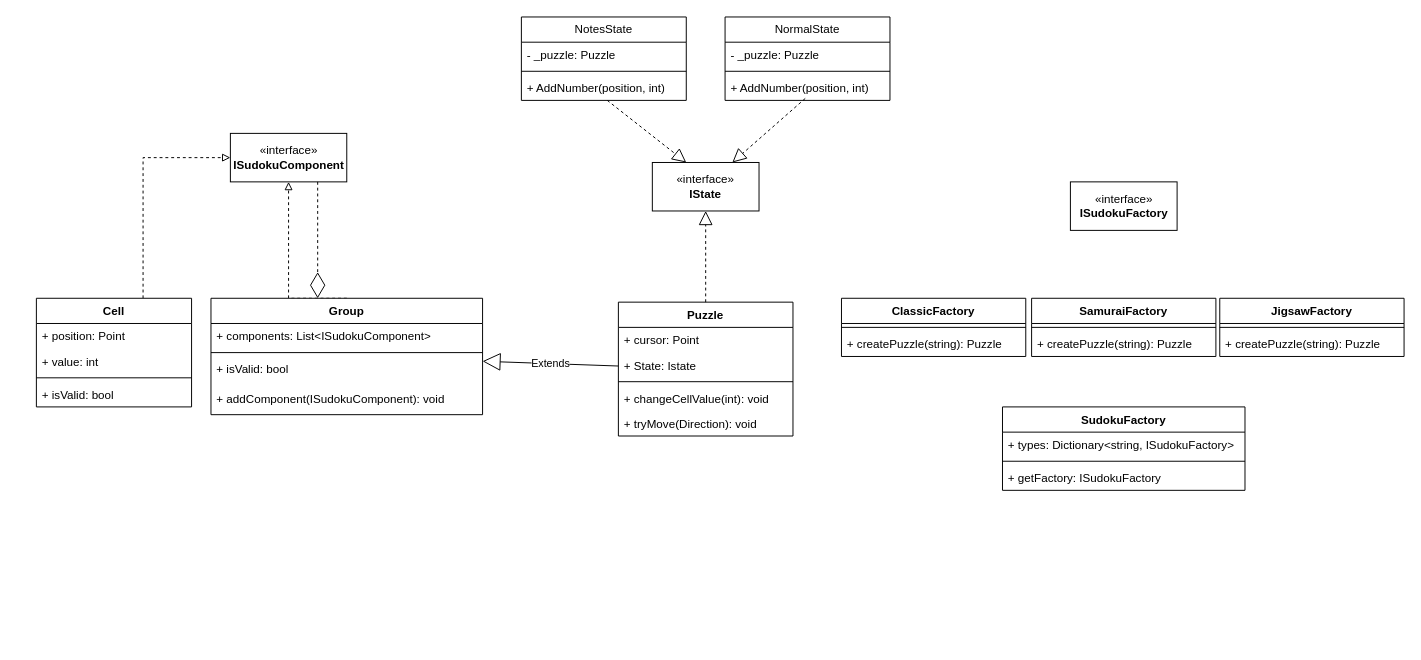
Earlier version of the draw.io diagram Class diagram.drawio (Rutgerw1/designpatterns1). Source tidied: cells renumbered, new cells numbered last; positions are measured from the earlier drawing's top-left corner, leaving out a move shared by most shapes. Both pictures are drawn from the tidied source at 97%, with x=0, y=0 at pixel (36, 16).
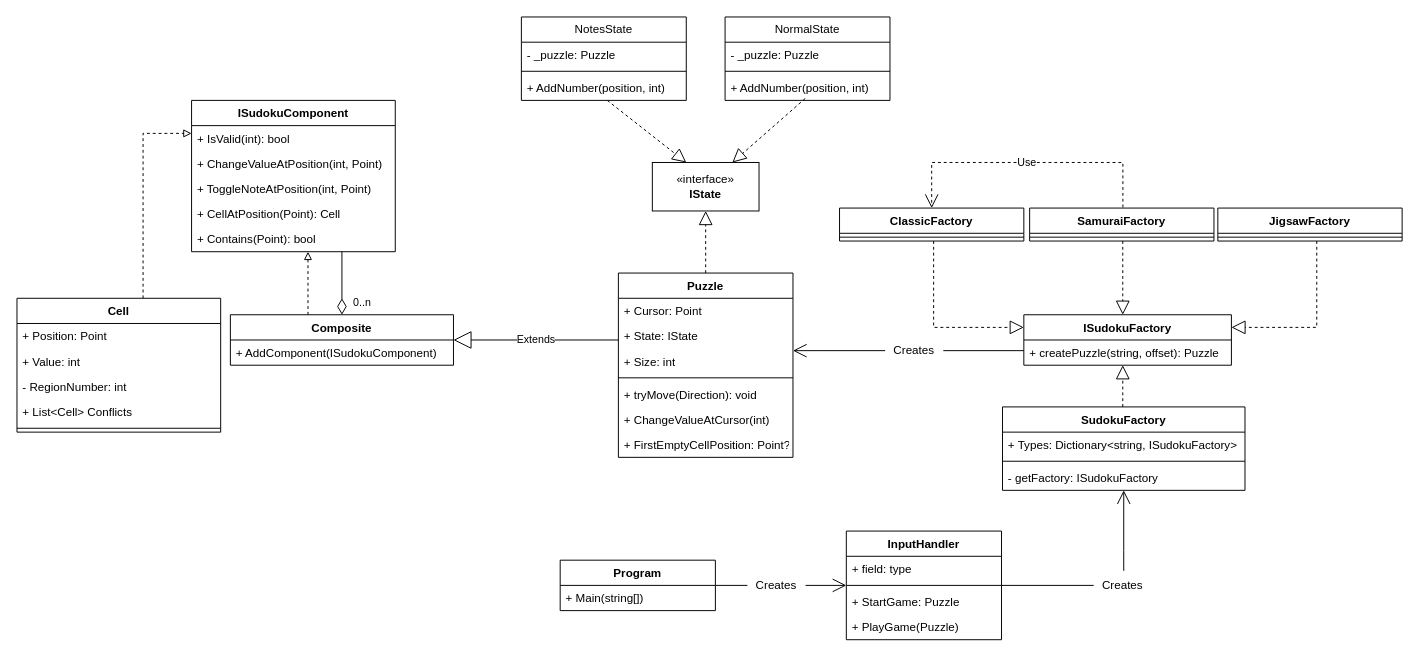
Above is the later version.

Unchanged cells that the change refers to:
```xml
<mxCell id="33" value="SudokuFactory" style="swimlane;fontStyle=1;align=center;verticalAlign=top;horizontal=1;startSize=26;" parent="1" vertex="1">
  <mxGeometry x="996" y="402" width="250" height="86" as="geometry" />
</mxCell>
```

Change to the diagram source:
```diff
@@
-    <mxCell id="2" value="«interface»&lt;br&gt;&lt;div&gt;&lt;b&gt;ISudokuComponent&lt;/b&gt;&lt;/div&gt;" style="html=1;" parent="1" vertex="1">
-      <mxGeometry x="200" y="120" width="120" height="50" as="geometry" />
-    </mxCell>
-    <mxCell id="3" style="edgeStyle=orthogonalEdgeStyle;rounded=0;jettySize=auto;html=1;endArrow=block;endFill=0;dashed=1;" parent="1" edge="1" source="4" target="2">
+    <mxCell id="3" style="edgeStyle=orthogonalEdgeStyle;rounded=0;jettySize=auto;html=1;endArrow=block;endFill=0;dashed=1;" parent="1" edge="1" source="4" target="54">
       <mxGeometry relative="1" as="geometry">
         <Array as="points">
-          <mxPoint x="110" y="145" />
+          <mxPoint x="110" y="120" />
         </Array>
       </mxGeometry>
     </mxCell>
     <mxCell id="4" value="Cell" style="swimlane;fontStyle=1;align=center;verticalAlign=top;horizontal=1;startSize=26;" parent="1" vertex="1">
-      <mxGeometry y="290" width="160" height="112" as="geometry" />
+      <mxGeometry x="-20" y="290" width="210" height="138" as="geometry" />
     </mxCell>
-    <mxCell id="5" value="+ position: Point" style="text;strokeColor=none;fillColor=none;align=left;verticalAlign=top;spacingLeft=4;spacingRight=4;overflow=hidden;" parent="4" vertex="1">
-      <mxGeometry y="26" width="160" height="26" as="geometry" />
+    <mxCell id="5" value="+ Position: Point" style="text;strokeColor=none;fillColor=none;align=left;verticalAlign=top;spacingLeft=4;spacingRight=4;overflow=hidden;" parent="4" vertex="1">
+      <mxGeometry y="26" width="210" height="26" as="geometry" />
     </mxCell>
-    <mxCell id="6" value="+ value: int" style="text;strokeColor=none;fillColor=none;align=left;verticalAlign=top;spacingLeft=4;spacingRight=4;overflow=hidden;" parent="4" vertex="1">
-      <mxGeometry y="52" width="160" height="26" as="geometry" />
+    <mxCell id="6" value="+ Value: int" style="text;strokeColor=none;fillColor=none;align=left;verticalAlign=top;spacingLeft=4;spacingRight=4;overflow=hidden;" parent="4" vertex="1">
+      <mxGeometry y="52" width="210" height="26" as="geometry" />
     </mxCell>
+    <mxCell id="49" value="- RegionNumber: int" style="text;strokeColor=none;fillColor=none;align=left;verticalAlign=top;spacingLeft=4;spacingRight=4;overflow=hidden;" parent="4" vertex="1">
+      <mxGeometry y="78" width="210" height="26" as="geometry" />
+    </mxCell>
+    <mxCell id="50" value="+ List&lt;Cell&gt; Conflicts" style="text;strokeColor=none;fillColor=none;align=left;verticalAlign=top;spacingLeft=4;spacingRight=4;overflow=hidden;" parent="4" vertex="1">
+      <mxGeometry y="104" width="210" height="26" as="geometry" />
+    </mxCell>
     <mxCell id="7" style="line;strokeWidth=1;fillColor=none;align=left;verticalAlign=middle;spacingTop=-1;spacingLeft=3;spacingRight=3;labelPosition=right;strokeColor=inherit;" parent="4" vertex="1">
-      <mxGeometry y="78" width="160" height="8" as="geometry" />
+      <mxGeometry y="130" width="210" height="8" as="geometry" />
     </mxCell>
-    <mxCell id="8" value="+ isValid: bool" style="text;strokeColor=none;fillColor=none;align=left;verticalAlign=top;spacingLeft=4;spacingRight=4;overflow=hidden;" parent="4" vertex="1">
-      <mxGeometry y="86" width="160" height="26" as="geometry" />
-    </mxCell>
-    <mxCell id="9" style="edgeStyle=orthogonalEdgeStyle;rounded=0;jettySize=auto;html=1;exitX=0.5;exitY=0;exitDx=0;exitDy=0;dashed=1;endArrow=block;endFill=0;" parent="1" edge="1" source="10" target="2">
+    <mxCell id="9" style="edgeStyle=orthogonalEdgeStyle;rounded=0;jettySize=auto;html=1;dashed=1;endArrow=block;endFill=0;" parent="1" edge="1" source="10" target="54">
       <mxGeometry relative="1" as="geometry">
         <Array as="points">
-          <mxPoint x="260" y="290" />
+          <mxPoint x="280" y="260" />
+          <mxPoint x="280" y="260" />
         </Array>
       </mxGeometry>
     </mxCell>
-    <mxCell id="10" value="Group" style="swimlane;fontStyle=1;align=center;verticalAlign=top;horizontal=1;startSize=26;" parent="1" vertex="1">
-      <mxGeometry x="180" y="290" width="280" height="120" as="geometry" />
+    <mxCell id="10" value="Composite" style="swimlane;fontStyle=1;align=center;verticalAlign=top;horizontal=1;startSize=26;" parent="1" vertex="1">
+      <mxGeometry x="200" y="307" width="230" height="52" as="geometry" />
     </mxCell>
-    <mxCell id="11" value="+ components: List&lt;ISudokuComponent&gt;" style="text;strokeColor=none;fillColor=none;align=left;verticalAlign=top;spacingLeft=4;spacingRight=4;overflow=hidden;" parent="10" vertex="1">
-      <mxGeometry y="26" width="280" height="26" as="geometry" />
-    </mxCell>
-    <mxCell id="12" style="line;strokeWidth=1;fillColor=none;align=left;verticalAlign=middle;spacingTop=-1;spacingLeft=3;spacingRight=3;labelPosition=right;strokeColor=inherit;" parent="10" vertex="1">
-      <mxGeometry y="52" width="280" height="8" as="geometry" />
-    </mxCell>
-    <mxCell id="13" value="+ isValid: bool" style="text;strokeColor=none;fillColor=none;align=left;verticalAlign=top;spacingLeft=4;spacingRight=4;overflow=hidden;" parent="10" vertex="1">
-      <mxGeometry y="60" width="280" height="30" as="geometry" />
-    </mxCell>
-    <mxCell id="14" value="+ addComponent(ISudokuComponent): void" style="text;strokeColor=none;fillColor=none;align=left;verticalAlign=top;spacingLeft=4;spacingRight=4;overflow=hidden;" parent="10" vertex="1">
-      <mxGeometry y="90" width="280" height="30" as="geometry" />
-    </mxCell>
-    <mxCell id="15" style="endArrow=diamondThin;endFill=0;endSize=24;html=1;rounded=0;dashed=1;exitX=0.75;exitY=1;exitDx=0;exitDy=0;" parent="1" edge="1" source="2">
-      <mxGeometry relative="1" as="geometry">
-        <mxPoint x="290" y="290" as="targetPoint" />
-      </mxGeometry>
-    </mxCell>
+    <mxCell id="51" value="+ AddComponent(ISudokuComponent)" style="text;strokeColor=none;fillColor=none;align=left;verticalAlign=top;spacingLeft=4;spacingRight=4;overflow=hidden;" parent="10" vertex="1">
+      <mxGeometry y="26" width="230" height="26" as="geometry" />
+    </mxCell>
     <mxCell id="16" value="Puzzle" style="swimlane;fontStyle=1;align=center;verticalAlign=top;horizontal=1;startSize=26;" parent="1" vertex="1">
-      <mxGeometry x="600" y="294" width="180" height="138" as="geometry" />
+      <mxGeometry x="600" y="264" width="180" height="190" as="geometry" />
     </mxCell>
-    <mxCell id="17" value="+ cursor: Point" style="text;strokeColor=none;fillColor=none;align=left;verticalAlign=top;spacingLeft=4;spacingRight=4;overflow=hidden;" parent="16" vertex="1">
+    <mxCell id="17" value="+ Cursor: Point" style="text;strokeColor=none;fillColor=none;align=left;verticalAlign=top;spacingLeft=4;spacingRight=4;overflow=hidden;" parent="16" vertex="1">
       <mxGeometry y="26" width="180" height="26" as="geometry" />
     </mxCell>
-    <mxCell id="18" value="+ State: Istate" style="text;strokeColor=none;fillColor=none;align=left;verticalAlign=top;spacingLeft=4;spacingRight=4;overflow=hidden;" parent="16" vertex="1">
+    <mxCell id="18" value="+ State: IState" style="text;strokeColor=none;fillColor=none;align=left;verticalAlign=top;spacingLeft=4;spacingRight=4;overflow=hidden;" parent="16" vertex="1">
       <mxGeometry y="52" width="180" height="26" as="geometry" />
     </mxCell>
+    <mxCell id="52" value="+ Size: int" style="text;strokeColor=none;fillColor=none;align=left;verticalAlign=top;spacingLeft=4;spacingRight=4;overflow=hidden;" parent="16" vertex="1">
+      <mxGeometry y="78" width="180" height="26" as="geometry" />
+    </mxCell>
     <mxCell id="19" style="line;strokeWidth=1;fillColor=none;align=left;verticalAlign=middle;spacingTop=-1;spacingLeft=3;spacingRight=3;labelPosition=right;strokeColor=inherit;" parent="16" vertex="1">
-      <mxGeometry y="78" width="180" height="8" as="geometry" />
+      <mxGeometry y="104" width="180" height="8" as="geometry" />
     </mxCell>
+    <mxCell id="21" value="+ tryMove(Direction): void" style="text;strokeColor=none;fillColor=none;align=left;verticalAlign=top;spacingLeft=4;spacingRight=4;overflow=hidden;" parent="16" vertex="1">
+      <mxGeometry y="112" width="180" height="26" as="geometry" />
+    </mxCell>
-    <mxCell id="20" value="+ changeCellValue(int): void" style="text;strokeColor=none;fillColor=none;align=left;verticalAlign=top;spacingLeft=4;spacingRight=4;overflow=hidden;" parent="16" vertex="1">
-      <mxGeometry y="86" width="180" height="26" as="geometry" />
+    <mxCell id="20" value="+ ChangeValueAtCursor(int)" style="text;strokeColor=none;fillColor=none;align=left;verticalAlign=top;spacingLeft=4;spacingRight=4;overflow=hidden;" parent="16" vertex="1">
+      <mxGeometry y="138" width="180" height="26" as="geometry" />
     </mxCell>
-    <mxCell id="21" value="+ tryMove(Direction): void" style="text;strokeColor=none;fillColor=none;align=left;verticalAlign=top;spacingLeft=4;spacingRight=4;overflow=hidden;" parent="16" vertex="1">
-      <mxGeometry y="112" width="180" height="26" as="geometry" />
-    </mxCell>
+    <mxCell id="53" value="+ FirstEmptyCellPosition: Point?" style="text;strokeColor=none;fillColor=none;align=left;verticalAlign=top;spacingLeft=4;spacingRight=4;overflow=hidden;" parent="16" vertex="1">
+      <mxGeometry y="164" width="180" height="26" as="geometry" />
+    </mxCell>
-    <mxCell id="22" value="Extends" style="endArrow=block;endSize=16;endFill=0;html=1;rounded=0;" parent="1" edge="1" source="16" target="10">
-      <mxGeometry relative="1" as="geometry" />
+    <mxCell id="22" value="Extends" style="endArrow=block;endSize=16;endFill=0;html=1;rounded=0;edgeStyle=orthogonalEdgeStyle;" parent="1" edge="1" source="16" target="10">
+      <mxGeometry relative="1" as="geometry">
+        <Array as="points">
+          <mxPoint x="530" y="333" />
+          <mxPoint x="530" y="333" />
+        </Array>
+      </mxGeometry>
     </mxCell>
-    <mxCell id="23" value="&lt;div&gt;«interface»&lt;/div&gt;&lt;div&gt;&lt;b&gt;ISudokuFactory&lt;/b&gt;&lt;/div&gt;" style="html=1;" parent="1" vertex="1">
-      <mxGeometry x="1066" y="170" width="110" height="50" as="geometry" />
-    </mxCell>
     <mxCell id="24" value="ClassicFactory" style="swimlane;fontStyle=1;align=center;verticalAlign=top;horizontal=1;startSize=26;" parent="1" vertex="1">
-      <mxGeometry x="830" y="290" width="190" height="60" as="geometry" />
+      <mxGeometry x="828" y="197" width="190" height="34" as="geometry" />
     </mxCell>
@@
-    <mxCell id="26" value="+ createPuzzle(string): Puzzle" style="text;strokeColor=none;fillColor=none;align=left;verticalAlign=top;spacingLeft=4;spacingRight=4;overflow=hidden;" parent="24" vertex="1">
-      <mxGeometry y="34" width="190" height="26" as="geometry" />
-    </mxCell>
     <mxCell id="27" value="SamuraiFactory" style="swimlane;fontStyle=1;align=center;verticalAlign=top;horizontal=1;startSize=26;" parent="1" vertex="1">
-      <mxGeometry x="1026" y="290" width="190" height="60" as="geometry" />
+      <mxGeometry x="1024" y="197" width="190" height="34" as="geometry" />
     </mxCell>
@@
-    <mxCell id="29" value="+ createPuzzle(string): Puzzle" style="text;strokeColor=none;fillColor=none;align=left;verticalAlign=top;spacingLeft=4;spacingRight=4;overflow=hidden;" parent="27" vertex="1">
-      <mxGeometry y="34" width="190" height="26" as="geometry" />
-    </mxCell>
     <mxCell id="30" value="JigsawFactory" style="swimlane;fontStyle=1;align=center;verticalAlign=top;horizontal=1;startSize=26;" parent="1" vertex="1">
-      <mxGeometry x="1220" y="290" width="190" height="60" as="geometry" />
+      <mxGeometry x="1218" y="197" width="190" height="34" as="geometry" />
     </mxCell>
@@
-    <mxCell id="32" value="+ createPuzzle(string): Puzzle" style="text;strokeColor=none;fillColor=none;align=left;verticalAlign=top;spacingLeft=4;spacingRight=4;overflow=hidden;" parent="30" vertex="1">
-      <mxGeometry y="34" width="190" height="26" as="geometry" />
-    </mxCell>
@@
-    <mxCell id="34" value="+ types: Dictionary&lt;string, ISudokuFactory&gt;" style="text;strokeColor=none;fillColor=none;align=left;verticalAlign=top;spacingLeft=4;spacingRight=4;overflow=hidden;" parent="33" vertex="1">
+    <mxCell id="34" value="+ Types: Dictionary&lt;string, ISudokuFactory&gt;" style="text;strokeColor=none;fillColor=none;align=left;verticalAlign=top;spacingLeft=4;spacingRight=4;overflow=hidden;" parent="33" vertex="1">
       <mxGeometry y="26" width="250" height="26" as="geometry" />
     </mxCell>
@@
-    <mxCell id="36" value="+ getFactory: ISudokuFactory" style="text;strokeColor=none;fillColor=none;align=left;verticalAlign=top;spacingLeft=4;spacingRight=4;overflow=hidden;" parent="33" vertex="1">
+    <mxCell id="36" value="- getFactory: ISudokuFactory" style="text;strokeColor=none;fillColor=none;align=left;verticalAlign=top;spacingLeft=4;spacingRight=4;overflow=hidden;" parent="33" vertex="1">
       <mxGeometry y="60" width="250" height="26" as="geometry" />
     </mxCell>
@@
+    <mxCell id="54" value="ISudokuComponent" style="swimlane;fontStyle=1;align=center;verticalAlign=top;horizontal=1;startSize=26;strokeColor=default;" parent="1" vertex="1">
+      <mxGeometry x="160" y="86" width="210" height="156" as="geometry" />
+    </mxCell>
+    <mxCell id="55" value="+ IsValid(int): bool" style="text;strokeColor=none;fillColor=none;align=left;verticalAlign=top;spacingLeft=4;spacingRight=4;overflow=hidden;" parent="54" vertex="1">
+      <mxGeometry y="26" width="210" height="26" as="geometry" />
+    </mxCell>
+    <mxCell id="56" value="+ ChangeValueAtPosition(int, Point)" style="text;strokeColor=none;fillColor=none;align=left;verticalAlign=top;spacingLeft=4;spacingRight=4;overflow=hidden;" parent="54" vertex="1">
+      <mxGeometry y="52" width="210" height="26" as="geometry" />
+    </mxCell>
+    <mxCell id="57" value="+ ToggleNoteAtPosition(int, Point)" style="text;strokeColor=none;fillColor=none;align=left;verticalAlign=top;spacingLeft=4;spacingRight=4;overflow=hidden;" parent="54" vertex="1">
+      <mxGeometry y="78" width="210" height="26" as="geometry" />
+    </mxCell>
+    <mxCell id="58" value="+ CellAtPosition(Point): Cell" style="text;strokeColor=none;fillColor=none;align=left;verticalAlign=top;spacingLeft=4;spacingRight=4;overflow=hidden;" parent="54" vertex="1">
+      <mxGeometry y="104" width="210" height="26" as="geometry" />
+    </mxCell>
+    <mxCell id="59" value="+ Contains(Point): bool" style="text;strokeColor=none;fillColor=none;align=left;verticalAlign=top;spacingLeft=4;spacingRight=4;overflow=hidden;" parent="54" vertex="1">
+      <mxGeometry y="130" width="210" height="26" as="geometry" />
+    </mxCell>
+    <mxCell id="60" value="InputHandler" style="swimlane;fontStyle=1;align=center;verticalAlign=top;horizontal=1;startSize=26;strokeColor=default;" parent="1" vertex="1">
+      <mxGeometry x="835" y="530" width="160" height="112" as="geometry" />
+    </mxCell>
+    <mxCell id="61" value="+ field: type" style="text;strokeColor=none;fillColor=none;align=left;verticalAlign=top;spacingLeft=4;spacingRight=4;overflow=hidden;" parent="60" vertex="1">
+      <mxGeometry y="26" width="160" height="26" as="geometry" />
+    </mxCell>
+    <mxCell id="62" style="line;strokeWidth=1;fillColor=none;align=left;verticalAlign=middle;spacingTop=-1;spacingLeft=3;spacingRight=3;labelPosition=right;strokeColor=inherit;" parent="60" vertex="1">
+      <mxGeometry y="52" width="160" height="8" as="geometry" />
+    </mxCell>
+    <mxCell id="63" value="+ StartGame: Puzzle" style="text;strokeColor=none;fillColor=none;align=left;verticalAlign=top;spacingLeft=4;spacingRight=4;overflow=hidden;" parent="60" vertex="1">
+      <mxGeometry y="60" width="160" height="26" as="geometry" />
+    </mxCell>
+    <mxCell id="64" value="+ PlayGame(Puzzle)" style="text;strokeColor=none;fillColor=none;align=left;verticalAlign=top;spacingLeft=4;spacingRight=4;overflow=hidden;" parent="60" vertex="1">
+      <mxGeometry y="86" width="160" height="26" as="geometry" />
+    </mxCell>
+    <mxCell id="65" style="endArrow=none;html=1;endSize=12;startArrow=diamondThin;startSize=14;startFill=0;edgeStyle=orthogonalEdgeStyle;rounded=0;endFill=0;" parent="1" edge="1" source="10" target="54">
+      <mxGeometry relative="1" as="geometry">
+        <Array as="points">
+          <mxPoint x="320" y="240" />
+          <mxPoint x="320" y="240" />
+        </Array>
+      </mxGeometry>
+    </mxCell>
+    <mxCell id="66" value="0..n" style="edgeLabel;html=1;align=left;verticalAlign=top;strokeColor=default;" parent="65" vertex="1">
+      <mxGeometry x="-1" relative="1" as="geometry">
+        <mxPoint x="10" y="-26" as="offset" />
+      </mxGeometry>
+    </mxCell>
+    <mxCell id="67" value="Program" style="swimlane;fontStyle=1;align=center;verticalAlign=top;horizontal=1;startSize=26;strokeColor=default;" parent="1" vertex="1">
+      <mxGeometry x="540" y="560" width="160" height="52" as="geometry" />
+    </mxCell>
+    <mxCell id="68" value="+ Main(string[])" style="text;strokeColor=none;fillColor=none;align=left;verticalAlign=top;spacingLeft=4;spacingRight=4;overflow=hidden;" parent="67" vertex="1">
+      <mxGeometry y="26" width="160" height="26" as="geometry" />
+    </mxCell>
+    <mxCell id="69" style="endArrow=open;endFill=1;endSize=12;html=1;rounded=0;edgeStyle=orthogonalEdgeStyle;startArrow=none;" parent="1" edge="1" source="70" target="60">
+      <mxGeometry relative="1" as="geometry" />
+    </mxCell>
+    <mxCell id="70" value="Creates" style="text;html=1;strokeColor=none;fillColor=none;align=center;verticalAlign=middle;whiteSpace=wrap;rounded=0;" parent="1" vertex="1">
+      <mxGeometry x="733" y="571" width="60" height="30" as="geometry" />
+    </mxCell>
+    <mxCell id="71" style="endArrow=none;endFill=1;endSize=12;html=1;rounded=0;edgeStyle=orthogonalEdgeStyle;" parent="1" edge="1" source="67" target="70">
+      <mxGeometry relative="1" as="geometry" />
+    </mxCell>
+    <mxCell id="72" style="endArrow=open;endFill=1;endSize=12;html=1;rounded=0;edgeStyle=orthogonalEdgeStyle;startArrow=none;" parent="1" edge="1" source="73" target="33">
+      <mxGeometry relative="1" as="geometry">
+        <Array as="points">
+          <mxPoint x="1121" y="550" />
+          <mxPoint x="1121" y="550" />
+        </Array>
+      </mxGeometry>
+    </mxCell>
+    <mxCell id="73" value="Creates" style="text;html=1;strokeColor=none;fillColor=none;align=center;verticalAlign=middle;whiteSpace=wrap;rounded=0;" parent="1" vertex="1">
+      <mxGeometry x="1090" y="571" width="60" height="30" as="geometry" />
+    </mxCell>
+    <mxCell id="74" style="endArrow=none;endFill=1;endSize=12;html=1;rounded=0;edgeStyle=orthogonalEdgeStyle;" parent="1" edge="1" source="60" target="73">
+      <mxGeometry relative="1" as="geometry" />
+    </mxCell>
+    <mxCell id="75" value="ISudokuFactory" style="swimlane;fontStyle=1;align=center;verticalAlign=top;horizontal=1;startSize=26;strokeColor=default;" parent="1" vertex="1">
+      <mxGeometry x="1018" y="307" width="214" height="52" as="geometry" />
+    </mxCell>
+    <mxCell id="76" value="+ createPuzzle(string, offset): Puzzle" style="text;strokeColor=none;fillColor=none;align=left;verticalAlign=top;spacingLeft=4;spacingRight=4;overflow=hidden;" parent="75" vertex="1">
+      <mxGeometry y="26" width="214" height="26" as="geometry" />
+    </mxCell>
+    <mxCell id="77" style="endArrow=block;dashed=1;endFill=0;endSize=12;html=1;rounded=0;edgeStyle=orthogonalEdgeStyle;" parent="1" edge="1" source="33" target="75">
+      <mxGeometry relative="1" as="geometry">
+        <Array as="points">
+          <mxPoint x="1120" y="380" />
+          <mxPoint x="1120" y="380" />
+        </Array>
+      </mxGeometry>
+    </mxCell>
+    <mxCell id="78" style="endArrow=block;dashed=1;endFill=0;endSize=12;html=1;rounded=0;edgeStyle=orthogonalEdgeStyle;" parent="1" edge="1" source="24" target="75">
+      <mxGeometry relative="1" as="geometry">
+        <Array as="points">
+          <mxPoint x="925" y="320" />
+        </Array>
+      </mxGeometry>
+    </mxCell>
+    <mxCell id="79" style="endArrow=block;dashed=1;endFill=0;endSize=12;html=1;rounded=0;edgeStyle=orthogonalEdgeStyle;" parent="1" edge="1" source="27" target="75">
+      <mxGeometry relative="1" as="geometry">
+        <Array as="points">
+          <mxPoint x="1120" y="270" />
+          <mxPoint x="1120" y="270" />
+        </Array>
+      </mxGeometry>
+    </mxCell>
+    <mxCell id="80" style="endArrow=block;dashed=1;endFill=0;endSize=12;html=1;rounded=0;edgeStyle=orthogonalEdgeStyle;" parent="1" edge="1" source="30" target="75">
+      <mxGeometry relative="1" as="geometry">
+        <Array as="points">
+          <mxPoint x="1320" y="320" />
+        </Array>
+      </mxGeometry>
+    </mxCell>
+    <mxCell id="81" style="endArrow=open;endFill=1;endSize=12;html=1;rounded=0;edgeStyle=orthogonalEdgeStyle;startArrow=none;" parent="1" edge="1" source="82" target="16">
+      <mxGeometry relative="1" as="geometry">
+        <Array as="points">
+          <mxPoint x="810" y="344" />
+          <mxPoint x="810" y="344" />
+        </Array>
+      </mxGeometry>
+    </mxCell>
+    <mxCell id="82" value="Creates" style="text;html=1;strokeColor=none;fillColor=none;align=center;verticalAlign=middle;whiteSpace=wrap;rounded=0;" parent="1" vertex="1">
+      <mxGeometry x="875" y="329" width="60" height="30" as="geometry" />
+    </mxCell>
+    <mxCell id="83" style="endArrow=none;endFill=1;endSize=12;html=1;rounded=0;edgeStyle=orthogonalEdgeStyle;" parent="1" edge="1" source="75" target="82">
+      <mxGeometry relative="1" as="geometry">
+        <Array as="points">
+          <mxPoint x="1010" y="344" />
+          <mxPoint x="1010" y="344" />
+        </Array>
+      </mxGeometry>
+    </mxCell>
+    <mxCell id="84" value="Use" style="endArrow=open;endSize=12;dashed=1;html=1;rounded=0;exitX=0.506;exitY=-0.019;exitDx=0;exitDy=0;entryX=0.5;entryY=0;entryDx=0;entryDy=0;edgeStyle=orthogonalEdgeStyle;exitPerimeter=0;" parent="1" edge="1" source="27" target="24">
+      <mxGeometry relative="1" as="geometry">
+        <Array as="points">
+          <mxPoint x="1120" y="150" />
+          <mxPoint x="923" y="150" />
+        </Array>
+      </mxGeometry>
+    </mxCell>
```
